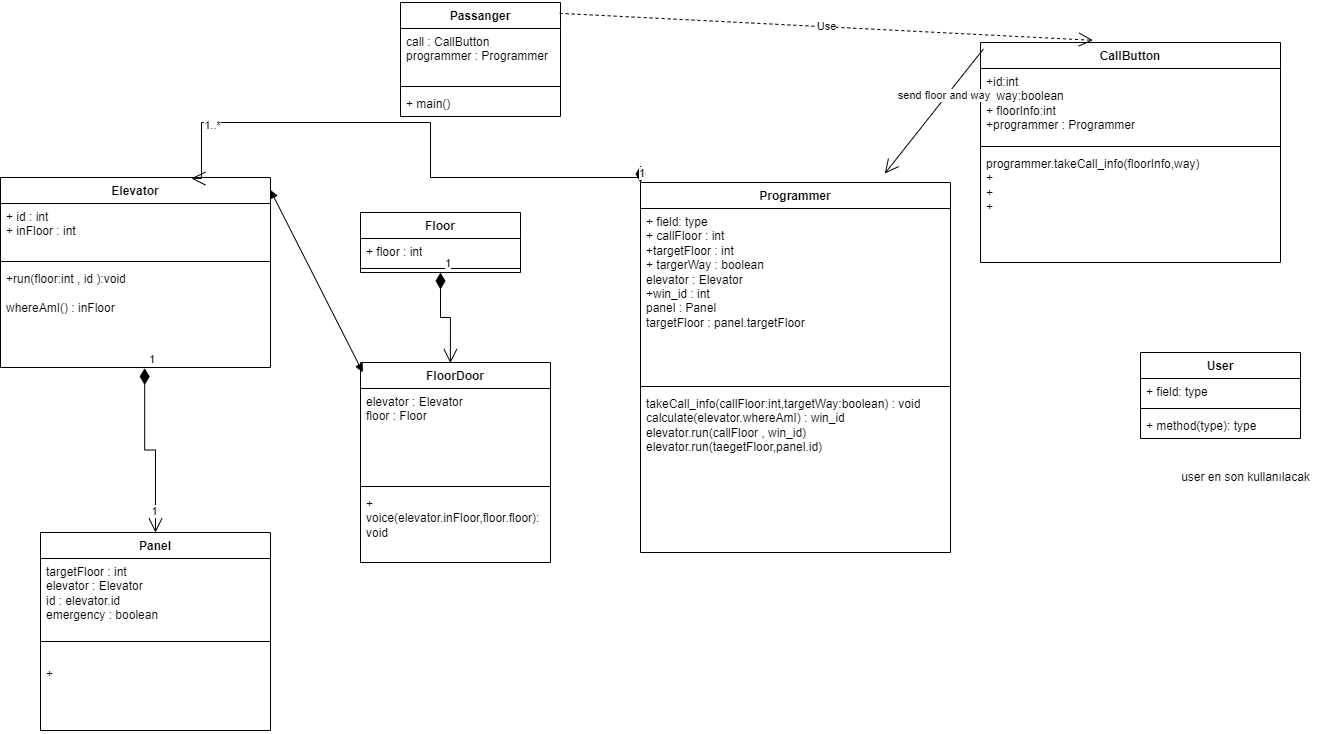
This is elevator similation.drawio.png from orhanozyurtt/UML-FILES, a draw.io export, as it was before one commit. Source tidied: cells renumbered, new cells last; positions are measured from the earlier drawing's top-left corner, leaving out a move shared by most shapes.
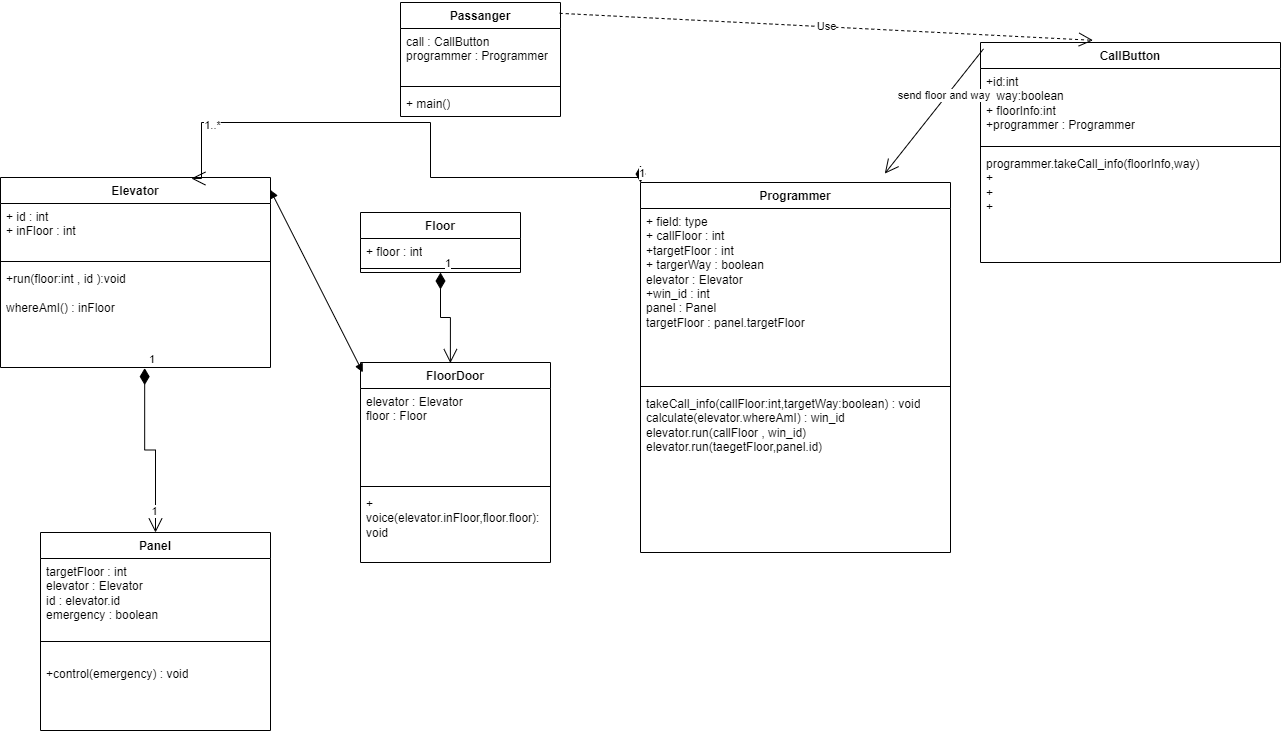
After the commit.

The edit, as a diff of the source:
```diff
@@ -11,7 +11,7 @@
     <mxCell id="4" style="line;strokeWidth=1;fillColor=none;align=left;verticalAlign=middle;spacingTop=-1;spacingLeft=3;spacingRight=3;labelPosition=right;strokeColor=inherit;" parent="2" vertex="1">
       <mxGeometry y="90" width="230" height="38" as="geometry" />
     </mxCell>
-    <mxCell id="5" value="+" style="text;strokeColor=none;fillColor=none;align=left;verticalAlign=top;spacingLeft=4;spacingRight=4;overflow=hidden;whiteSpace=wrap;html=1;" parent="2" vertex="1">
+    <mxCell id="5" value="+control(emergency) : void" style="text;strokeColor=none;fillColor=none;align=left;verticalAlign=top;spacingLeft=4;spacingRight=4;overflow=hidden;whiteSpace=wrap;html=1;" parent="2" vertex="1">
       <mxGeometry y="128" width="230" height="70" as="geometry" />
     </mxCell>
     <mxCell id="6" value="Elevator" style="swimlane;fontStyle=1;align=center;verticalAlign=top;horizontal=1;startSize=26;whiteSpace=wrap;html=1;" parent="1" vertex="1">
@@ -38,21 +38,6 @@
     <mxCell id="13" value="+ main()" style="text;strokeColor=none;fillColor=none;align=left;verticalAlign=top;spacingLeft=4;spacingRight=4;overflow=hidden;whiteSpace=wrap;html=1;" parent="10" vertex="1">
       <mxGeometry y="88" width="160" height="26" as="geometry" />
     </mxCell>
-    <mxCell id="14" value="User" style="swimlane;fontStyle=1;align=center;verticalAlign=top;horizontal=1;startSize=26;whiteSpace=wrap;html=1;" parent="1" vertex="1">
-      <mxGeometry x="1140" y="350" width="160" height="86" as="geometry" />
-    </mxCell>
-    <mxCell id="15" value="+ field: type" style="text;strokeColor=none;fillColor=none;align=left;verticalAlign=top;spacingLeft=4;spacingRight=4;overflow=hidden;whiteSpace=wrap;html=1;" parent="14" vertex="1">
-      <mxGeometry y="26" width="160" height="26" as="geometry" />
-    </mxCell>
-    <mxCell id="16" style="line;strokeWidth=1;fillColor=none;align=left;verticalAlign=middle;spacingTop=-1;spacingLeft=3;spacingRight=3;labelPosition=right;strokeColor=inherit;" parent="14" vertex="1">
-      <mxGeometry y="52" width="160" height="8" as="geometry" />
-    </mxCell>
-    <mxCell id="17" value="+ method(type): type" style="text;strokeColor=none;fillColor=none;align=left;verticalAlign=top;spacingLeft=4;spacingRight=4;overflow=hidden;whiteSpace=wrap;html=1;" parent="14" vertex="1">
-      <mxGeometry y="60" width="160" height="26" as="geometry" />
-    </mxCell>
-    <mxCell id="18" value="user en son kullanılacak" style="text;html=1;align=center;verticalAlign=middle;strokeColor=none;fillColor=none;" parent="1" vertex="1">
-      <mxGeometry x="1170" y="460" width="150" height="30" as="geometry" />
-    </mxCell>
     <mxCell id="19" value="CallButton" style="swimlane;fontStyle=1;align=center;verticalAlign=top;horizontal=1;startSize=26;whiteSpace=wrap;html=1;" parent="1" vertex="1">
       <mxGeometry x="980" y="40" width="300" height="220" as="geometry" />
     </mxCell>
```
